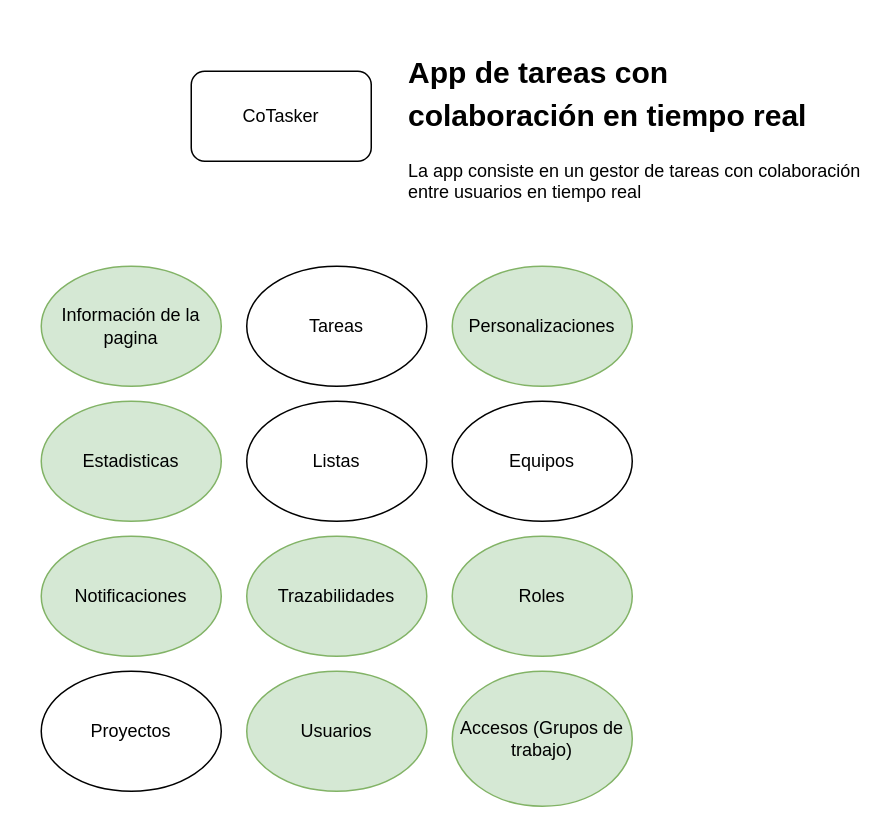
Above: page "BigPicture" (1 of 14) of CoTasker_BoundedContext.drawio in Migue1409-KP/DOO-working-group (draw.io), before the change. Source tidied: cells renumbered, new cells numbered last; positions are measured from the earlier drawing's top-left corner, leaving out a move shared by most shapes. Both pictures are drawn from the tidied source at 150%, with x=0, y=0 at pixel (40, 40).
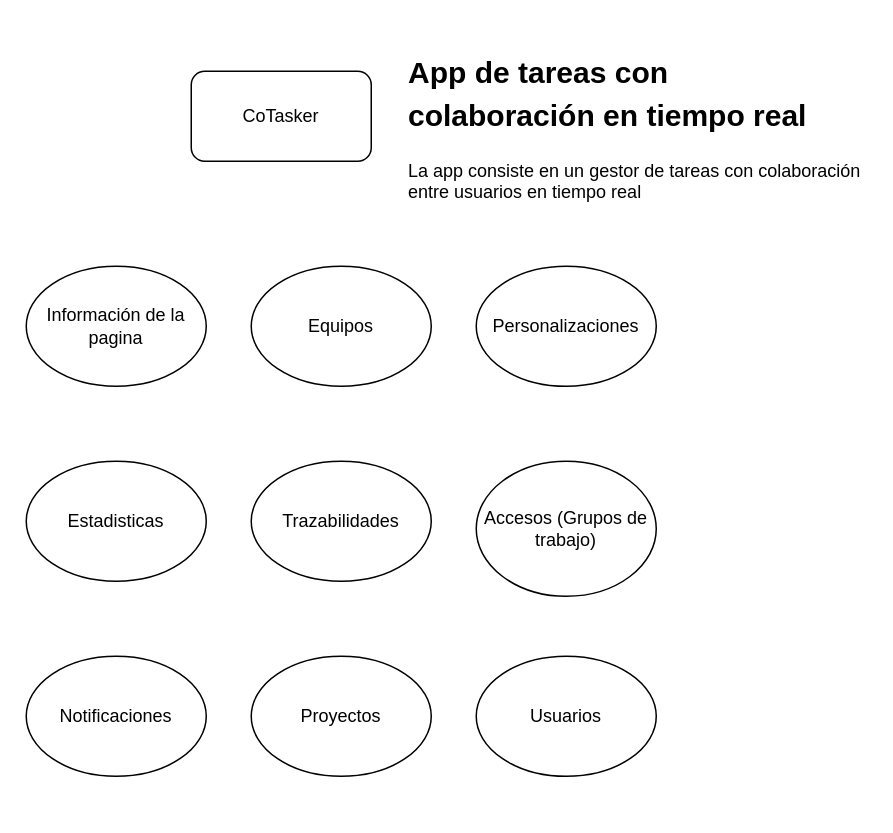
After the change.

Commit message (it also covers changes not shown here):
Integrar Proyectos,listaTareas y tareas en Proyectos. Integrar rolcon Equipo

Change to the diagram source:
```diff
@@
 <mxGraphModel>
   <root>
     <mxCell id="0" />
     <mxCell id="1" parent="0" />
     <mxCell id="2" value="CoTasker" style="rounded=1;whiteSpace=wrap;html=1;" parent="1" vertex="1">
       <mxGeometry x="100" y="20" width="120" height="60" as="geometry" />
     </mxCell>
     <mxCell id="3" value="&lt;h1&gt;&lt;font style=&quot;font-size: 20px;&quot;&gt;App de tareas con colaboración en tiempo real&lt;/font&gt;&lt;/h1&gt;&lt;p&gt;La app consiste en un gestor de tareas con colaboración entre usuarios en tiempo real&lt;/p&gt;" style="text;html=1;strokeColor=none;fillColor=none;spacing=5;spacingTop=-20;whiteSpace=wrap;overflow=hidden;rounded=0;" parent="1" vertex="1">
       <mxGeometry x="240" width="310" height="120" as="geometry" />
     </mxCell>
-    <mxCell id="4" value="Información de la pagina" style="ellipse;whiteSpace=wrap;html=1;fillColor=#d5e8d4;strokeColor=#82b366;" parent="1" vertex="1">
-      <mxGeometry y="150" width="120" height="80" as="geometry" />
+    <mxCell id="4" value="Información de la pagina" style="ellipse;whiteSpace=wrap;html=1;fillColor=#FFFFFF;strokeColor=#000000;" parent="1" vertex="1">
+      <mxGeometry x="-10" y="150" width="120" height="80" as="geometry" />
     </mxCell>
-    <mxCell id="5" value="Listas" style="ellipse;whiteSpace=wrap;html=1;" parent="1" vertex="1">
-      <mxGeometry x="137" y="240" width="120" height="80" as="geometry" />
-    </mxCell>
-    <mxCell id="6" value="Tareas" style="ellipse;whiteSpace=wrap;html=1;" parent="1" vertex="1">
-      <mxGeometry x="137" y="150" width="120" height="80" as="geometry" />
-    </mxCell>
-    <mxCell id="7" value="Equipos" style="ellipse;whiteSpace=wrap;html=1;" parent="1" vertex="1">
-      <mxGeometry x="274" y="240" width="120" height="80" as="geometry" />
+    <mxCell id="7" value="Equipos" style="ellipse;whiteSpace=wrap;html=1;strokeColor=#000000;fillColor=#FFFFFF;" parent="1" vertex="1">
+      <mxGeometry x="140" y="150" width="120" height="80" as="geometry" />
     </mxCell>
-    <mxCell id="8" value="Usuarios" style="ellipse;whiteSpace=wrap;html=1;fillColor=#d5e8d4;strokeColor=#82b366;" parent="1" vertex="1">
-      <mxGeometry x="137" y="420" width="120" height="80" as="geometry" />
+    <mxCell id="8" value="Usuarios" style="ellipse;whiteSpace=wrap;html=1;fillColor=#FFFFFF;strokeColor=#000000;" parent="1" vertex="1">
+      <mxGeometry x="290" y="410" width="120" height="80" as="geometry" />
     </mxCell>
-    <mxCell id="9" value="Roles" style="ellipse;whiteSpace=wrap;html=1;fillColor=#d5e8d4;strokeColor=#82b366;" parent="1" vertex="1">
-      <mxGeometry x="274" y="330" width="120" height="80" as="geometry" />
-    </mxCell>
-    <mxCell id="10" value="Trazabilidades" style="ellipse;whiteSpace=wrap;html=1;fillColor=#d5e8d4;strokeColor=#82b366;" parent="1" vertex="1">
-      <mxGeometry x="137" y="330" width="120" height="80" as="geometry" />
+    <mxCell id="10" value="Trazabilidades" style="ellipse;whiteSpace=wrap;html=1;fillColor=#FFFFFF;strokeColor=#000000;" parent="1" vertex="1">
+      <mxGeometry x="140" y="280" width="120" height="80" as="geometry" />
     </mxCell>
-    <mxCell id="11" value="Proyectos" style="ellipse;whiteSpace=wrap;html=1;" parent="1" vertex="1">
-      <mxGeometry y="420" width="120" height="80" as="geometry" />
+    <mxCell id="11" value="Proyectos" style="ellipse;whiteSpace=wrap;html=1;strokeColor=#000000;fillColor=#FFFFFF;" parent="1" vertex="1">
+      <mxGeometry x="140" y="410" width="120" height="80" as="geometry" />
     </mxCell>
-    <mxCell id="12" value="Personalizaciones" style="ellipse;whiteSpace=wrap;html=1;fillColor=#d5e8d4;strokeColor=#82b366;" parent="1" vertex="1">
-      <mxGeometry x="274" y="150" width="120" height="80" as="geometry" />
+    <mxCell id="12" value="Personalizaciones" style="ellipse;whiteSpace=wrap;html=1;fillColor=#FFFFFF;strokeColor=#000000;" parent="1" vertex="1">
+      <mxGeometry x="290" y="150" width="120" height="80" as="geometry" />
     </mxCell>
-    <mxCell id="13" value="Estadisticas" style="ellipse;whiteSpace=wrap;html=1;fillColor=#d5e8d4;strokeColor=#82b366;" parent="1" vertex="1">
-      <mxGeometry y="240" width="120" height="80" as="geometry" />
+    <mxCell id="13" value="Estadisticas" style="ellipse;whiteSpace=wrap;html=1;fillColor=#FFFFFF;strokeColor=#000000;" parent="1" vertex="1">
+      <mxGeometry x="-10" y="280" width="120" height="80" as="geometry" />
     </mxCell>
-    <mxCell id="14" value="Accesos (Grupos de trabajo)" style="ellipse;whiteSpace=wrap;html=1;fillColor=#d5e8d4;strokeColor=#82b366;" parent="1" vertex="1">
-      <mxGeometry x="274" y="420" width="120" height="90" as="geometry" />
+    <mxCell id="14" value="Accesos (Grupos de trabajo)" style="ellipse;whiteSpace=wrap;html=1;fillColor=#FFFFFF;strokeColor=#000000;" parent="1" vertex="1">
+      <mxGeometry x="290" y="280" width="120" height="90" as="geometry" />
     </mxCell>
-    <mxCell id="15" value="Notificaciones" style="ellipse;whiteSpace=wrap;html=1;fillColor=#d5e8d4;strokeColor=#82b366;" parent="1" vertex="1">
-      <mxGeometry y="330" width="120" height="80" as="geometry" />
+    <mxCell id="15" value="Notificaciones" style="ellipse;whiteSpace=wrap;html=1;fillColor=#FFFFFF;strokeColor=#000000;" parent="1" vertex="1">
+      <mxGeometry x="-10" y="410" width="120" height="80" as="geometry" />
     </mxCell>
   </root>
 </mxGraphModel>
```
